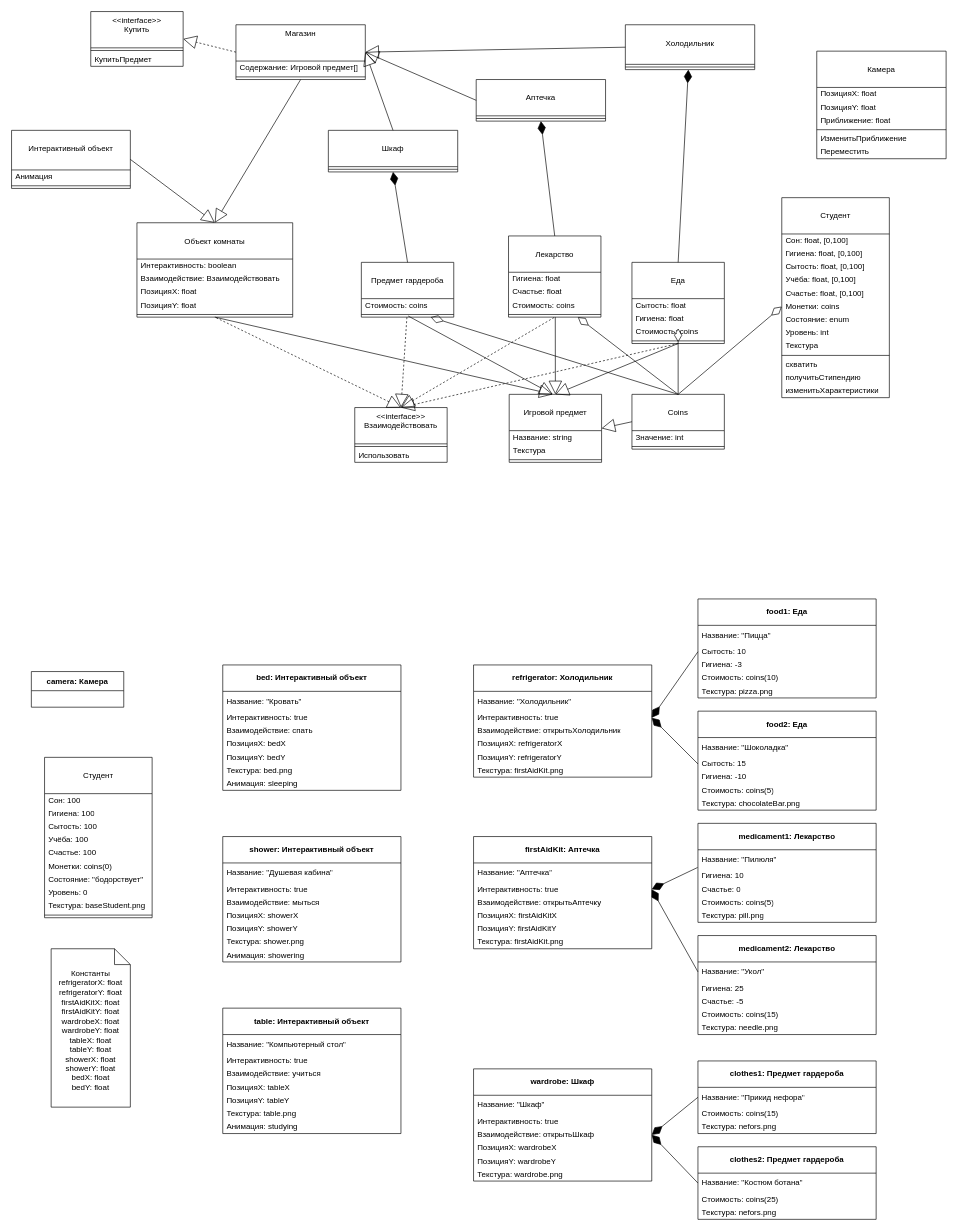
Before: files/ССМ Class Diagram.drawio in Andeco1/DrawIo, a draw.io diagram. Source tidied: cells renumbered, new cells numbered last; positions are measured from the earlier drawing's top-left corner, leaving out a move shared by most shapes. Both pictures are drawn from the tidied source at 66%, with x=0, y=0 at pixel (11, 11).
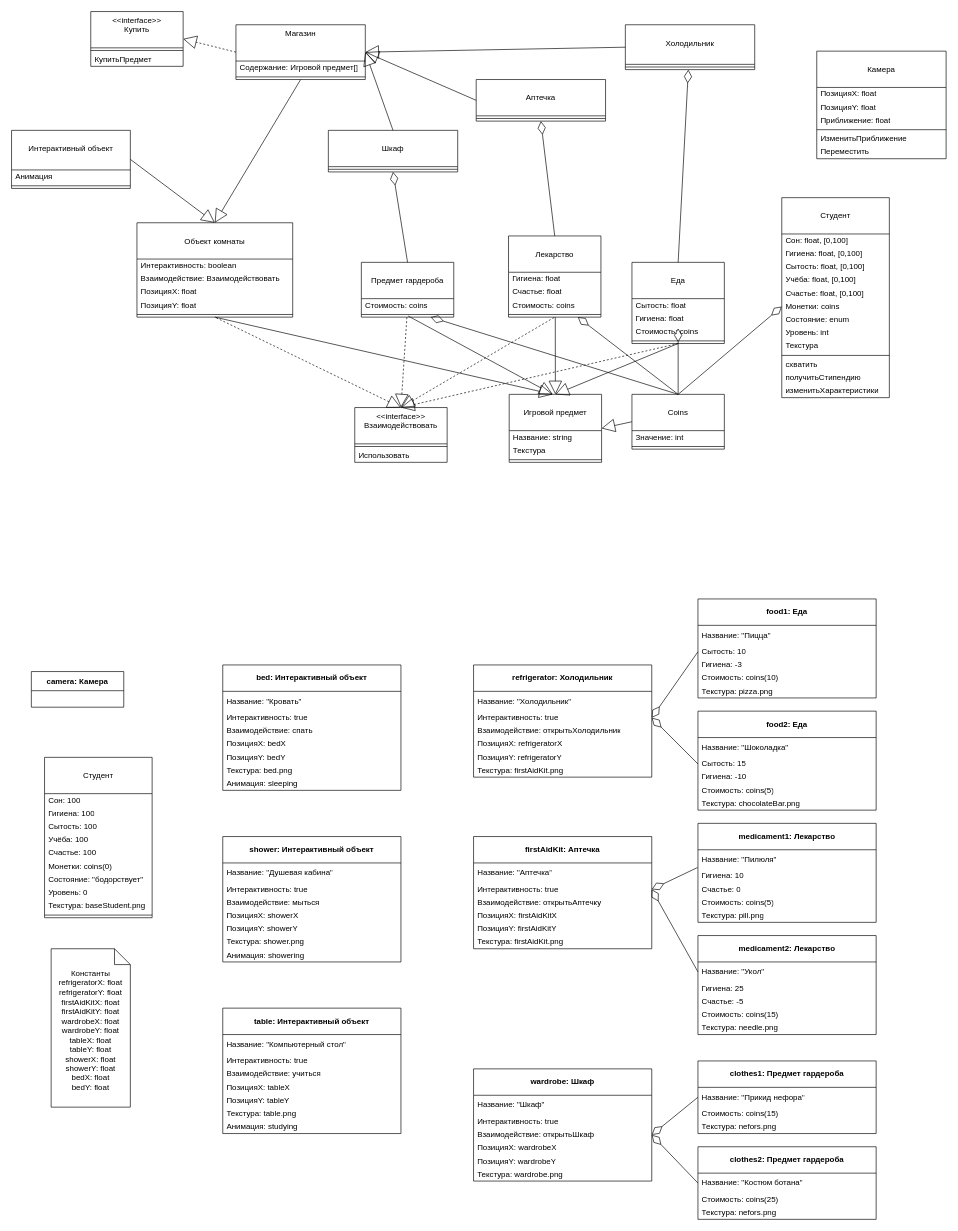
Above is the later version.

Unchanged cells that the change refers to:
```xml
<mxCell id="26" value="&lt;br&gt;&lt;div&gt;Лекарство&lt;/div&gt;" style="swimlane;fontStyle=0;align=center;verticalAlign=top;horizontal=1;startSize=55;html=1;whiteSpace=wrap;" parent="1" vertex="1">
  <mxGeometry x="753" y="340" width="140" height="123" as="geometry" />
</mxCell>
<mxCell id="31" value="&lt;br&gt;&lt;div&gt;Еда&lt;/div&gt;" style="swimlane;fontStyle=0;align=center;verticalAlign=top;horizontal=1;startSize=55;html=1;whiteSpace=wrap;" parent="1" vertex="1">
  <mxGeometry x="940" y="380" width="140" height="123" as="geometry" />
</mxCell>
<mxCell id="36" value="&lt;br&gt;&lt;div&gt;Предмет гардероба&lt;/div&gt;" style="swimlane;fontStyle=0;align=center;verticalAlign=top;horizontal=1;startSize=55;html=1;whiteSpace=wrap;" parent="1" vertex="1">
  <mxGeometry x="530" y="380" width="140" height="83" as="geometry" />
</mxCell>
<mxCell id="54" value="&lt;div&gt;&lt;br&gt;&lt;/div&gt;Аптечка" style="swimlane;fontStyle=0;align=center;verticalAlign=top;horizontal=1;startSize=55;html=1;whiteSpace=wrap;" parent="1" vertex="1">
  <mxGeometry x="704" y="103" width="196" height="63" as="geometry" />
</mxCell>
<mxCell id="61" style="line;strokeWidth=1;fillColor=none;align=left;verticalAlign=middle;spacingTop=-1;spacingLeft=3;spacingRight=3;labelPosition=right;points=[];portConstraint=eastwest;" parent="60" vertex="1">
  <mxGeometry y="60" width="196" height="8" as="geometry" />
</mxCell>
<mxCell id="76" value="Интерактивность: true" style="text;html=1;strokeColor=none;fillColor=none;align=left;verticalAlign=middle;spacingLeft=4;spacingRight=4;overflow=hidden;points=[[0,0.5],[1,0.5]];portConstraint=eastwest;whiteSpace=wrap;" parent="74" vertex="1">
  <mxGeometry y="70" width="270" height="20" as="geometry" />
</mxCell>
<mxCell id="83" value="Название: &quot;Пилюля&quot;" style="text;html=1;strokeColor=none;fillColor=none;align=left;verticalAlign=middle;spacingLeft=4;spacingRight=4;overflow=hidden;points=[[0,0.5],[1,0.5]];portConstraint=eastwest;whiteSpace=wrap;" parent="82" vertex="1">
  <mxGeometry y="40" width="270" height="30" as="geometry" />
</mxCell>
<mxCell id="89" value="Название: &quot;Укол&quot;" style="text;html=1;strokeColor=none;fillColor=none;align=left;verticalAlign=middle;spacingLeft=4;spacingRight=4;overflow=hidden;points=[[0,0.5],[1,0.5]];portConstraint=eastwest;whiteSpace=wrap;" parent="88" vertex="1">
  <mxGeometry y="40" width="270" height="30" as="geometry" />
</mxCell>
<mxCell id="96" value="Сытость: 10" style="text;html=1;strokeColor=none;fillColor=none;align=left;verticalAlign=middle;spacingLeft=4;spacingRight=4;overflow=hidden;points=[[0,0.5],[1,0.5]];portConstraint=eastwest;whiteSpace=wrap;" parent="94" vertex="1">
  <mxGeometry y="70" width="270" height="20" as="geometry" />
</mxCell>
<mxCell id="102" value="Сытость: 15" style="text;html=1;strokeColor=none;fillColor=none;align=left;verticalAlign=middle;spacingLeft=4;spacingRight=4;overflow=hidden;points=[[0,0.5],[1,0.5]];portConstraint=eastwest;whiteSpace=wrap;" parent="100" vertex="1">
  <mxGeometry y="70" width="270" height="20" as="geometry" />
</mxCell>
<mxCell id="110" value="Интерактивность: true" style="text;html=1;strokeColor=none;fillColor=none;align=left;verticalAlign=middle;spacingLeft=4;spacingRight=4;overflow=hidden;points=[[0,0.5],[1,0.5]];portConstraint=eastwest;whiteSpace=wrap;" parent="108" vertex="1">
  <mxGeometry y="70" width="270" height="20" as="geometry" />
</mxCell>
<mxCell id="117" value="&lt;div&gt;&lt;br&gt;&lt;/div&gt;Шкаф" style="swimlane;fontStyle=0;align=center;verticalAlign=top;horizontal=1;startSize=55;html=1;whiteSpace=wrap;" parent="1" vertex="1">
  <mxGeometry x="480" y="180" width="196" height="63" as="geometry" />
</mxCell>
<mxCell id="136" value="Взаимодействие: открытьШкаф" style="text;html=1;strokeColor=none;fillColor=none;align=left;verticalAlign=middle;spacingLeft=4;spacingRight=4;overflow=hidden;points=[[0,0.5],[1,0.5]];portConstraint=eastwest;whiteSpace=wrap;" parent="133" vertex="1">
  <mxGeometry y="90" width="270" height="20" as="geometry" />
</mxCell>
<mxCell id="141" value="Название: &quot;Прикид нефора&quot;" style="text;html=1;strokeColor=none;fillColor=none;align=left;verticalAlign=middle;spacingLeft=4;spacingRight=4;overflow=hidden;points=[[0,0.5],[1,0.5]];portConstraint=eastwest;whiteSpace=wrap;" parent="140" vertex="1">
  <mxGeometry y="40" width="270" height="30" as="geometry" />
</mxCell>
<mxCell id="145" value="Название: &quot;Костюм ботана&quot;" style="text;html=1;strokeColor=none;fillColor=none;align=left;verticalAlign=middle;spacingLeft=4;spacingRight=4;overflow=hidden;points=[[0,0.5],[1,0.5]];portConstraint=eastwest;whiteSpace=wrap;" parent="144" vertex="1">
  <mxGeometry y="40" width="270" height="30" as="geometry" />
</mxCell>
```

What changed in the source:
```diff
@@
-    <mxCell id="106" style="endArrow=diamondThin;startArrow=none;endFill=1;startFill=0;html=1;verticalAlign=bottom;labelBackgroundColor=none;strokeWidth=1;startSize=18;endSize=18;rounded=0;entryX=1;entryY=0.5;entryDx=0;entryDy=0;exitX=0;exitY=0.5;exitDx=0;exitDy=0;" parent="1" edge="1" source="96" target="76">
+    <mxCell id="106" style="endArrow=diamondThin;startArrow=none;endFill=0;startFill=0;html=1;verticalAlign=bottom;labelBackgroundColor=none;strokeWidth=1;startSize=18;endSize=18;rounded=0;entryX=1;entryY=0.5;entryDx=0;entryDy=0;exitX=0;exitY=0.5;exitDx=0;exitDy=0;" parent="1" edge="1" source="96" target="76">
       <mxGeometry relative="1" as="geometry" />
     </mxCell>
-    <mxCell id="107" style="endArrow=diamondThin;startArrow=none;endFill=1;startFill=0;html=1;verticalAlign=bottom;labelBackgroundColor=none;strokeWidth=1;startSize=18;endSize=18;rounded=0;entryX=1;entryY=0.5;entryDx=0;entryDy=0;exitX=0;exitY=0.5;exitDx=0;exitDy=0;" parent="1" edge="1" source="102" target="76">
+    <mxCell id="107" style="endArrow=diamondThin;startArrow=none;endFill=0;startFill=0;html=1;verticalAlign=bottom;labelBackgroundColor=none;strokeWidth=1;startSize=18;endSize=18;rounded=0;entryX=1;entryY=0.5;entryDx=0;entryDy=0;exitX=0;exitY=0.5;exitDx=0;exitDy=0;" parent="1" edge="1" source="102" target="76">
       <mxGeometry relative="1" as="geometry" />
     </mxCell>
@@
-    <mxCell id="115" style="endArrow=diamondThin;startArrow=none;endFill=1;startFill=0;html=1;verticalAlign=bottom;labelBackgroundColor=none;strokeWidth=1;startSize=18;endSize=18;rounded=0;entryX=1;entryY=0.5;entryDx=0;entryDy=0;exitX=-0.002;exitY=0.896;exitDx=0;exitDy=0;exitPerimeter=0;" parent="1" edge="1" source="83" target="110">
+    <mxCell id="115" style="endArrow=diamondThin;startArrow=none;endFill=0;startFill=0;html=1;verticalAlign=bottom;labelBackgroundColor=none;strokeWidth=1;startSize=18;endSize=18;rounded=0;entryX=1;entryY=0.5;entryDx=0;entryDy=0;exitX=-0.002;exitY=0.896;exitDx=0;exitDy=0;exitPerimeter=0;" parent="1" edge="1" source="83" target="110">
       <mxGeometry relative="1" as="geometry" />
     </mxCell>
-    <mxCell id="116" style="endArrow=diamondThin;startArrow=none;endFill=1;startFill=0;html=1;verticalAlign=bottom;labelBackgroundColor=none;strokeWidth=1;startSize=18;endSize=18;rounded=0;entryX=1;entryY=0.5;entryDx=0;entryDy=0;exitX=0;exitY=0.5;exitDx=0;exitDy=0;" parent="1" edge="1" source="89" target="110">
+    <mxCell id="116" style="endArrow=diamondThin;startArrow=none;endFill=0;startFill=0;html=1;verticalAlign=bottom;labelBackgroundColor=none;strokeWidth=1;startSize=18;endSize=18;rounded=0;entryX=1;entryY=0.5;entryDx=0;entryDy=0;exitX=0;exitY=0.5;exitDx=0;exitDy=0;" parent="1" edge="1" source="89" target="110">
       <mxGeometry relative="1" as="geometry" />
     </mxCell>
@@
-    <mxCell id="129" style="endArrow=none;startArrow=diamondThin;endFill=0;startFill=1;html=1;verticalAlign=bottom;labelBackgroundColor=none;strokeWidth=1;startSize=18;endSize=8;rounded=0;entryX=0.5;entryY=0;entryDx=0;entryDy=0;exitX=0.487;exitY=1.008;exitDx=0;exitDy=0;exitPerimeter=0;" parent="1" edge="1" source="61" target="31">
+    <mxCell id="129" style="endArrow=none;startArrow=diamondThin;endFill=0;startFill=0;html=1;verticalAlign=bottom;labelBackgroundColor=none;strokeWidth=1;startSize=18;endSize=8;rounded=0;entryX=0.5;entryY=0;entryDx=0;entryDy=0;exitX=0.487;exitY=1.008;exitDx=0;exitDy=0;exitPerimeter=0;" parent="1" edge="1" source="61" target="31">
       <mxGeometry relative="1" as="geometry" />
     </mxCell>
-    <mxCell id="130" style="endArrow=none;startArrow=diamondThin;endFill=0;startFill=1;html=1;verticalAlign=bottom;labelBackgroundColor=none;strokeWidth=1;startSize=18;endSize=8;rounded=0;entryX=0.5;entryY=0;entryDx=0;entryDy=0;exitX=0.5;exitY=1;exitDx=0;exitDy=0;" parent="1" edge="1" source="54" target="26">
+    <mxCell id="130" style="endArrow=none;startArrow=diamondThin;endFill=0;startFill=0;html=1;verticalAlign=bottom;labelBackgroundColor=none;strokeWidth=1;startSize=18;endSize=8;rounded=0;entryX=0.5;entryY=0;entryDx=0;entryDy=0;exitX=0.5;exitY=1;exitDx=0;exitDy=0;" parent="1" edge="1" source="54" target="26">
       <mxGeometry relative="1" as="geometry" />
     </mxCell>
-    <mxCell id="131" style="endArrow=none;startArrow=diamondThin;endFill=0;startFill=1;html=1;verticalAlign=bottom;labelBackgroundColor=none;strokeWidth=1;startSize=18;endSize=8;rounded=0;entryX=0.5;entryY=0;entryDx=0;entryDy=0;exitX=0.5;exitY=1;exitDx=0;exitDy=0;" parent="1" edge="1" source="117" target="36">
+    <mxCell id="131" style="endArrow=none;startArrow=diamondThin;endFill=0;startFill=0;html=1;verticalAlign=bottom;labelBackgroundColor=none;strokeWidth=1;startSize=18;endSize=8;rounded=0;entryX=0.5;entryY=0;entryDx=0;entryDy=0;exitX=0.5;exitY=1;exitDx=0;exitDy=0;" parent="1" edge="1" source="117" target="36">
       <mxGeometry relative="1" as="geometry" />
     </mxCell>
@@
-    <mxCell id="148" style="endArrow=diamondThin;startArrow=none;endFill=1;startFill=0;html=1;verticalAlign=bottom;labelBackgroundColor=none;strokeWidth=1;startSize=18;endSize=18;rounded=0;entryX=1;entryY=0.5;entryDx=0;entryDy=0;exitX=0;exitY=0.5;exitDx=0;exitDy=0;" parent="1" edge="1" source="141" target="136">
+    <mxCell id="148" style="endArrow=diamondThin;startArrow=none;endFill=0;startFill=0;html=1;verticalAlign=bottom;labelBackgroundColor=none;strokeWidth=1;startSize=18;endSize=18;rounded=0;entryX=1;entryY=0.5;entryDx=0;entryDy=0;exitX=0;exitY=0.5;exitDx=0;exitDy=0;" parent="1" edge="1" source="141" target="136">
       <mxGeometry relative="1" as="geometry" />
     </mxCell>
-    <mxCell id="149" style="endArrow=diamondThin;startArrow=none;endFill=1;startFill=0;html=1;verticalAlign=bottom;labelBackgroundColor=none;strokeWidth=1;startSize=18;endSize=18;rounded=0;entryX=1;entryY=0.5;entryDx=0;entryDy=0;exitX=0;exitY=0.5;exitDx=0;exitDy=0;" parent="1" edge="1" source="145" target="136">
+    <mxCell id="149" style="endArrow=diamondThin;startArrow=none;endFill=0;startFill=0;html=1;verticalAlign=bottom;labelBackgroundColor=none;strokeWidth=1;startSize=18;endSize=18;rounded=0;entryX=1;entryY=0.5;entryDx=0;entryDy=0;exitX=0;exitY=0.5;exitDx=0;exitDy=0;" parent="1" edge="1" source="145" target="136">
       <mxGeometry relative="1" as="geometry" />
     </mxCell>
```
